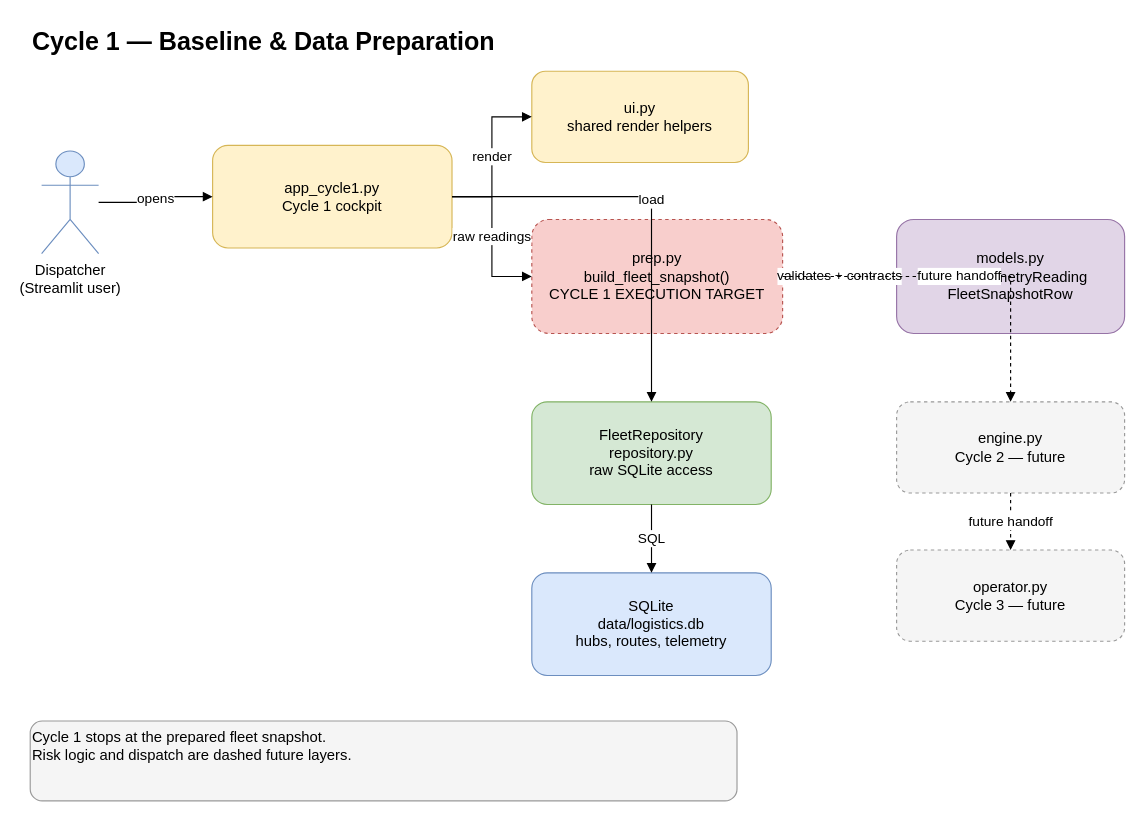
The draw.io diagram docs/architecture/cycle1.drawio in romanklis/workshop-Thun, before the edit. Source tidied: cells renumbered, new cells numbered last; positions are measured from the earlier drawing's top-left corner, leaving out a move shared by most shapes. Both pictures are drawn from the tidied source at 114%, with x=0, y=0 at pixel (30, 19).
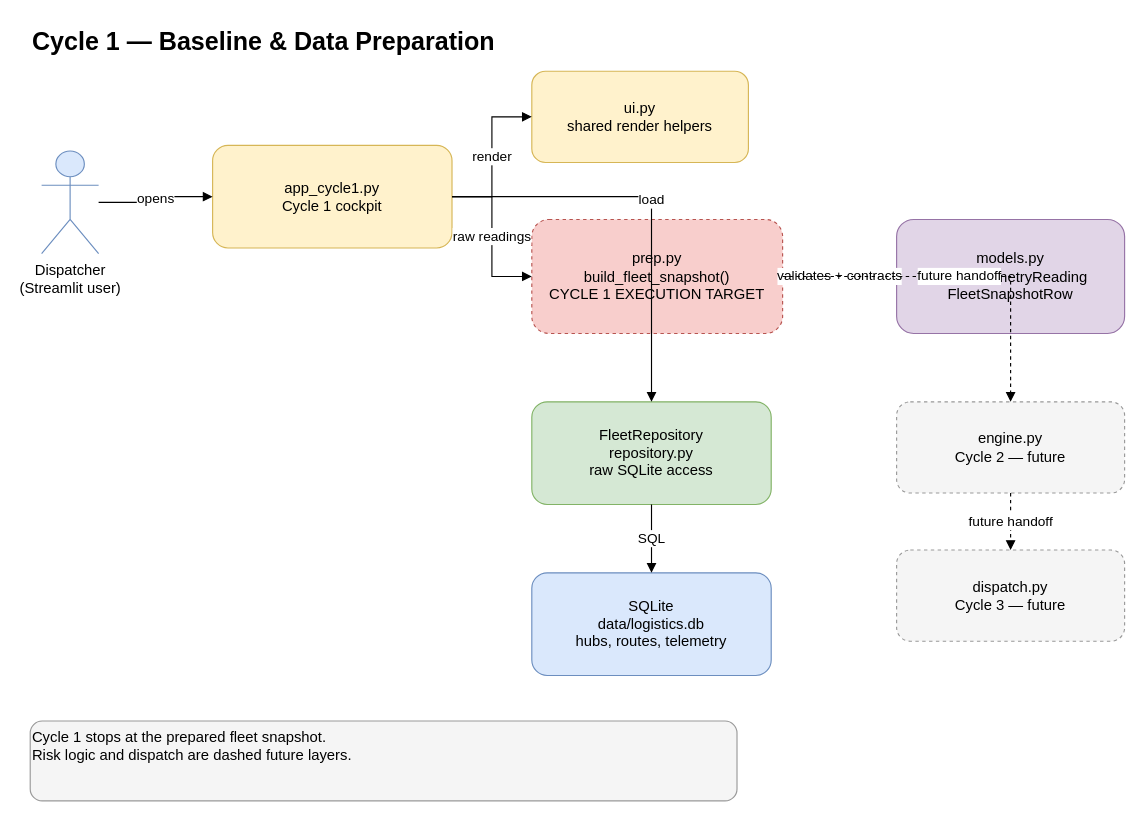
Above is the later version.

Commit message (it also covers changes not shown here):
Align future dispatch module naming

Diff of the diagram source:
```diff
@@
-    <mxCell id="11" value="operator.py&#10;Cycle 3 — future" style="rounded=1;whiteSpace=wrap;html=1;dashed=1;fillColor=#f5f5f5;strokeColor=#999999;fontSize=13;" parent="1" vertex="1">
+    <mxCell id="11" value="dispatch.py&#10;Cycle 3 — future" style="rounded=1;whiteSpace=wrap;html=1;dashed=1;fillColor=#f5f5f5;strokeColor=#999999;fontSize=13;" parent="1" vertex="1">
       <mxGeometry x="760" y="465" width="200" height="80" as="geometry" />
     </mxCell>
```
